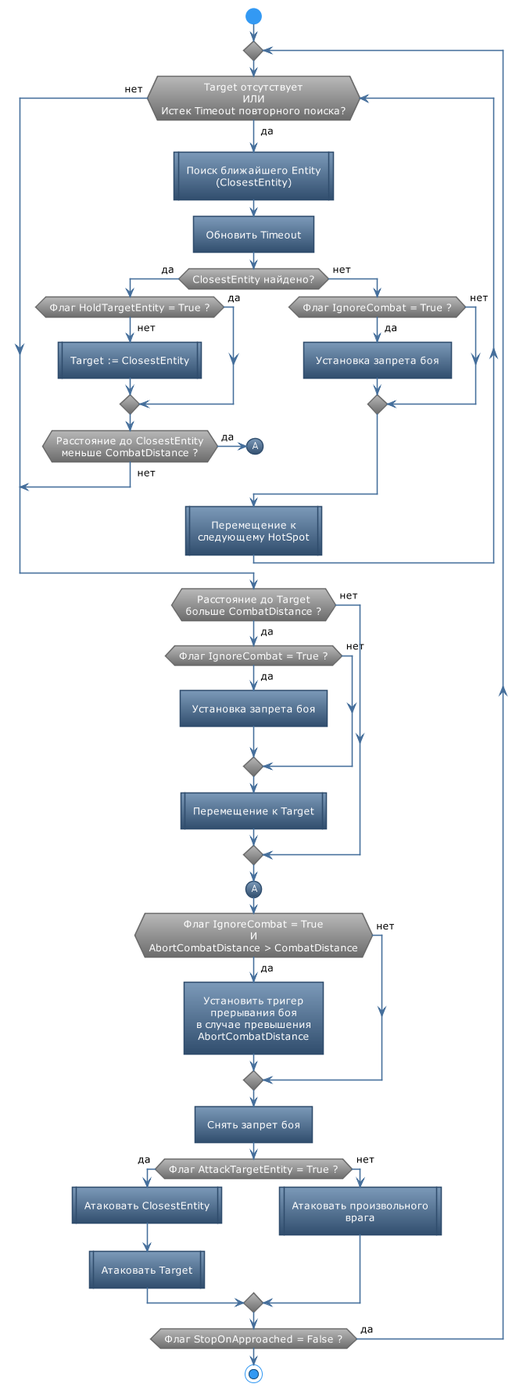
Above: Quester/Actions/diagrams/MoveToEntity.png in qpAHTA3EP/EntityToolsDocs (PlantUML), before the change. The source it was exported from:
```plantuml
@startuml
!theme spacelab
skinparam DefaultTextAlignment Center


start

repeat

    while (Target отсутствует\nИЛИ\nИстек Timeout повторного поиска?) is (<color:black>да)

        :Поиск ближайшего Entity\n(ClosestEntity)|
        :Обновить Timeout]
        if (ClosestEntity найдено?) then (<color:black>да)
            if (Флаг HoldTargetEntity = True ?) then (<color:black>да)
            else (<color:black>нет)
                :Target := ClosestEntity|
            endif
            if (Расстояние до ClosestEntity\nменьше CombatDistance ?) then (<color:black>да)
                (А)
            else (<color:black>нет)
                break
            endif
        else (<color:black>нет)
            if (Флаг IgnoreCombat = True ?) then (<color:black>да)
                :Установка запрета боя]
            else (<color:black>нет)
            endif
        endif
        :Перемещение к\nследующему HotSpot|
    endwhile (<color:black>нет)

if (Расстояние до Target\nбольше CombatDistance ?) then (<color:black>да)
    if (Флаг IgnoreCombat = True ?) then (<color:black>да)
        :Установка запрета боя]
    else (<color:black>нет)
    endif
    :Перемещение к Target|
else (<color:black>нет)
endif

(А)

if (Флаг IgnoreCombat = True\nИ\nAbortCombatDistance > CombatDistance) then (<color:black>да)
    :Установить тригер\nпрерывания боя\nв случае превышения\nAbortCombatDistance]
else (<color:black>нет)
endif

:Снять запрет боя]
if (Флаг АttackTargetEntity = True ?) then (<color:black>да)
    :Атаковать ClosestEntity|
    :Атаковать Target|
else (<color:black>нет)
    :Атаковать произвольного\nврага|
endif

repeat while (Флаг StopOnApproached = False ?) is (<color:black>да)

stop

@enduml
```
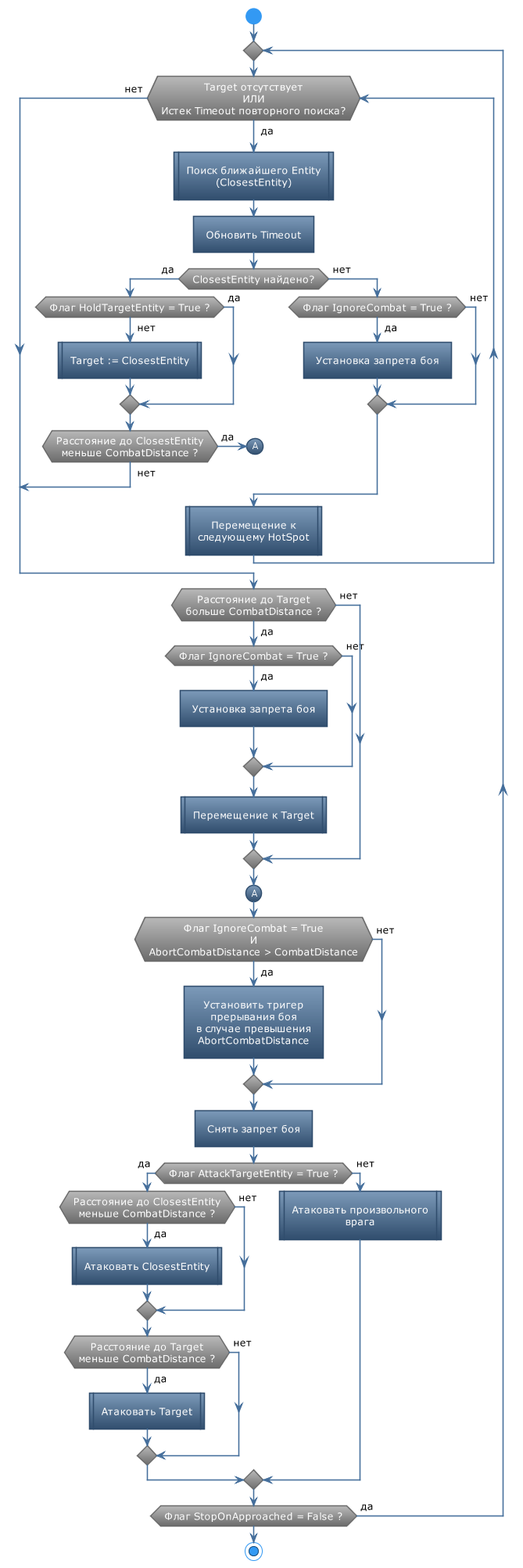
After the change.

Commit message:
Исправление диаграммы

The edit, as a diff of the source:
```diff
@@ -48,8 +48,14 @@
 
 :Снять запрет боя]
 if (Флаг АttackTargetEntity = True ?) then (<color:black>да)
-    :Атаковать ClosestEntity|
-    :Атаковать Target|
+    if(Расстояние до ClosestEntity\nменьше CombatDistance ?) then (<color:black>да)
+        :Атаковать ClosestEntity|
+    else (<color:black>нет)
+    endif
+    if(Расстояние до Target\nменьше CombatDistance ?) then (<color:black>да)
+        :Атаковать Target|
+    else (<color:black>нет)
+    endif
 else (<color:black>нет)
     :Атаковать произвольного\nврага|
 endif
```
